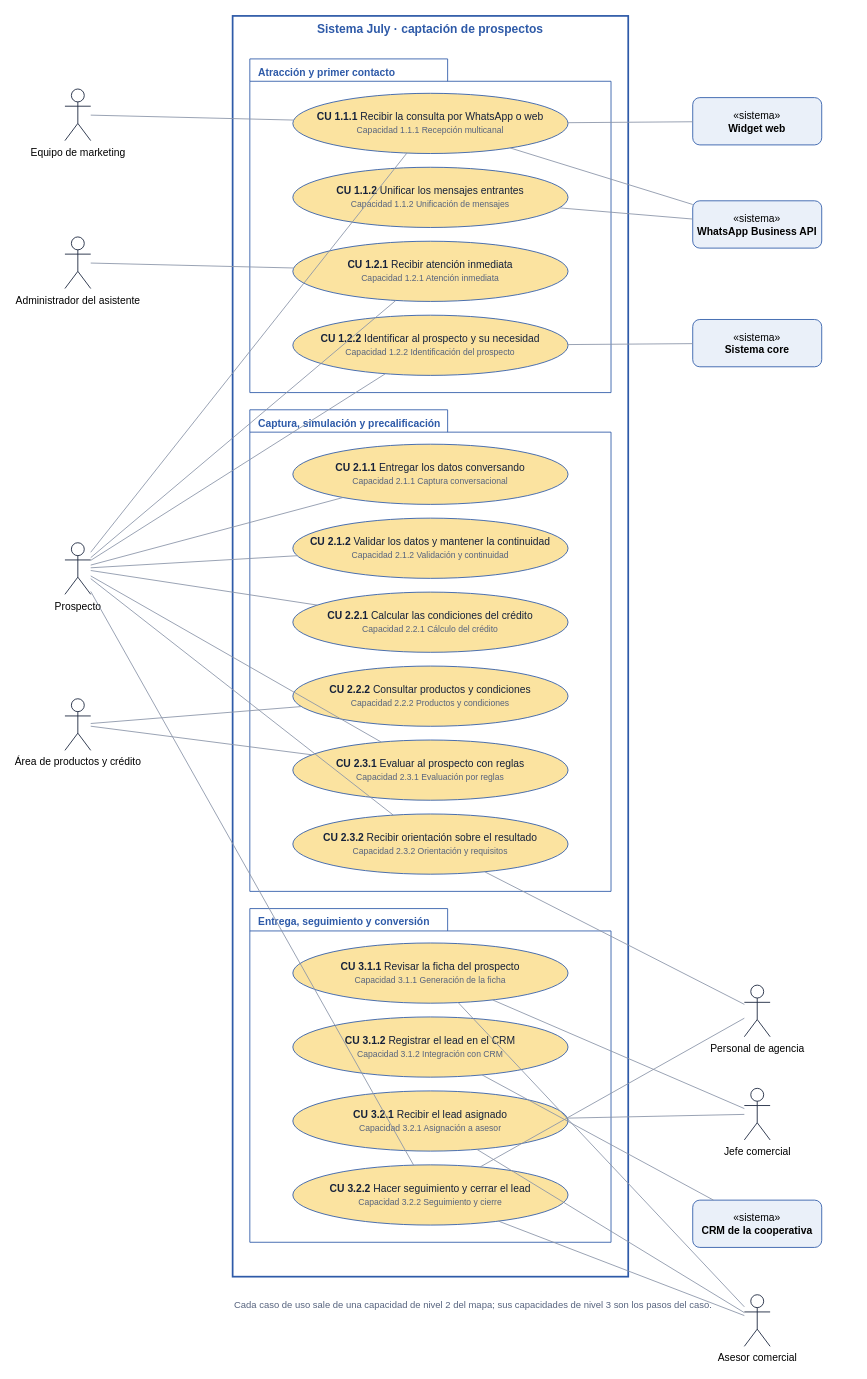
Above: Documentacion/03-casos-de-uso/casos-de-uso-july.drawio in CoreSystems-IA/Arquitectura-Software (draw.io), before the change. Source tidied: cells renumbered, new cells numbered last; positions are measured from the earlier drawing's top-left corner, leaving out a move shared by most shapes. Both pictures are drawn from the tidied source at 86%, with x=0, y=0 at pixel (64, 15).
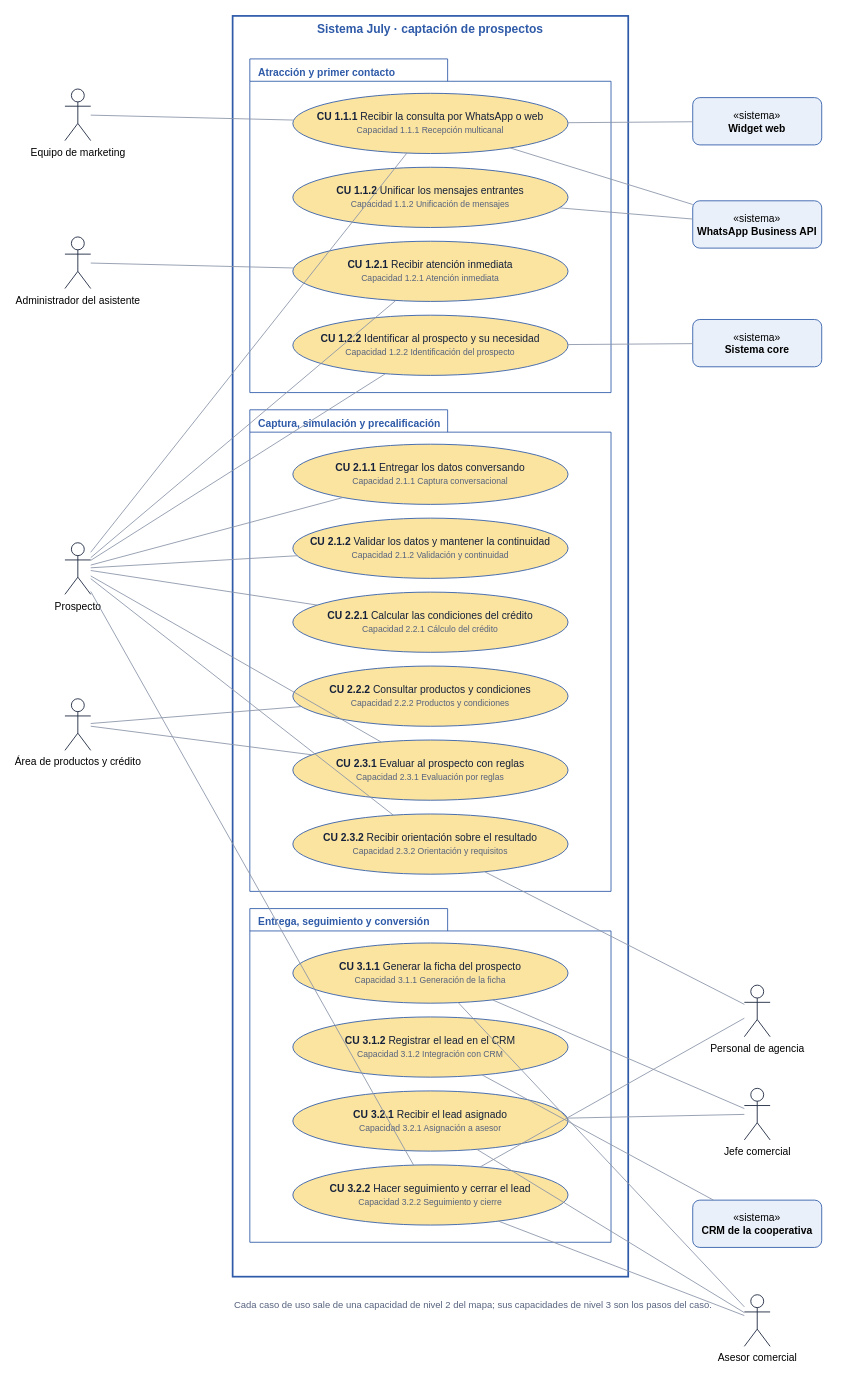
Above is the later version.

Diff of the diagram source:
```diff
@@
-    <mxCell id="16" value="&lt;b&gt;CU 3.1.1&lt;/b&gt; Revisar la ficha del prospecto&lt;br&gt;&lt;font style=&quot;font-size:10px&quot; color=&quot;#56637E&quot;&gt;Capacidad 3.1.1 Generación de la ficha&lt;/font&gt;" style="ellipse;whiteSpace=wrap;html=1;fillColor=#FBE3A0;strokeColor=#2E5AA8;fontColor=#15213A;fontSize=12;" parent="1" vertex="1">
+    <mxCell id="16" value="&lt;b&gt;CU 3.1.1&lt;/b&gt; Generar la ficha del prospecto&lt;br&gt;&lt;font style=&quot;font-size:10px&quot; color=&quot;#56637E&quot;&gt;Capacidad 3.1.1 Generación de la ficha&lt;/font&gt;" style="ellipse;whiteSpace=wrap;html=1;fillColor=#FBE3A0;strokeColor=#2E5AA8;fontColor=#15213A;fontSize=12;" parent="1" vertex="1">
       <mxGeometry x="265" y="1078" width="320" height="70" as="geometry" />
     </mxCell>
```
